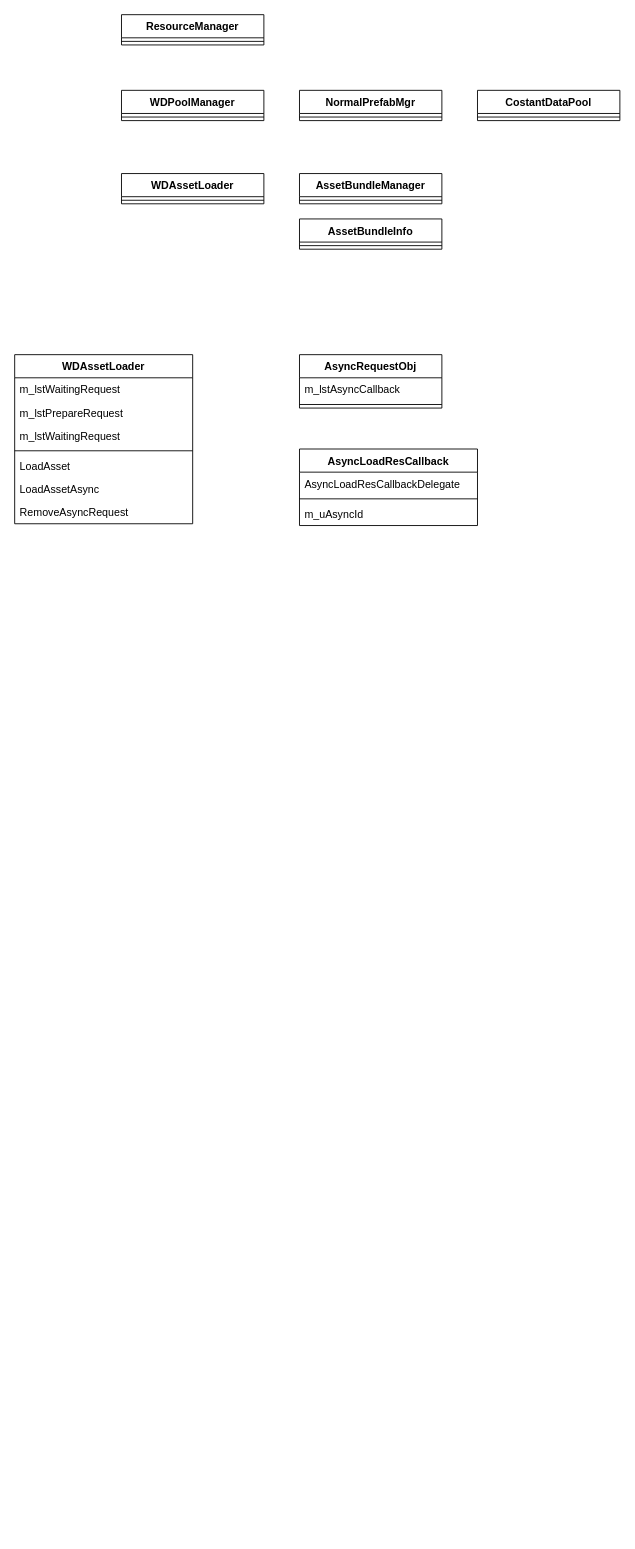
Above: Untitled Diagram.drawio in houxuanfelix/MySelfCode (draw.io), before the change. Source tidied: cells renumbered, new cells numbered last; positions are measured from the earlier drawing's top-left corner, leaving out a move shared by most shapes. Both pictures are drawn from the tidied source at 89%, with x=0, y=0 at pixel (14, 14).
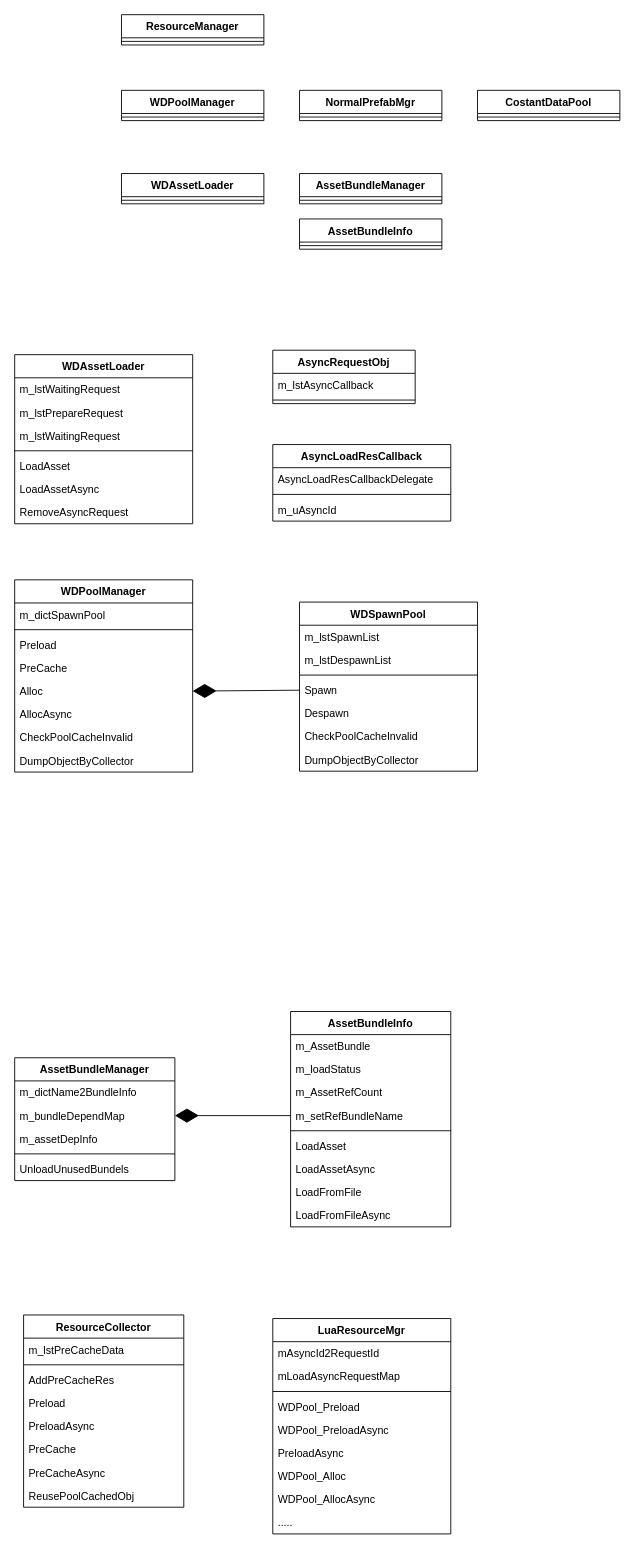
Above is the later version.

What changed in the source:
```diff
@@
     <mxCell id="24" value="AsyncRequestObj" style="swimlane;fontStyle=1;align=center;verticalAlign=top;horizontal=1;startSize=26;" parent="1" vertex="1">
-      <mxGeometry x="320" y="382" width="160" height="60" as="geometry" />
+      <mxGeometry x="290" y="377" width="160" height="60" as="geometry" />
     </mxCell>
@@
     <mxCell id="27" value="AsyncLoadResCallback" style="swimlane;fontStyle=1;align=center;verticalAlign=top;horizontal=1;startSize=26;" parent="1" vertex="1">
-      <mxGeometry x="320" y="488" width="200" height="86" as="geometry" />
+      <mxGeometry x="290" y="483" width="200" height="86" as="geometry" />
     </mxCell>
@@
+    <mxCell id="31" value="WDPoolManager" style="swimlane;fontStyle=1;align=center;verticalAlign=top;horizontal=1;startSize=26;" parent="1" vertex="1">
+      <mxGeometry y="635" width="200" height="216" as="geometry" />
+    </mxCell>
+    <mxCell id="32" value="m_dictSpawnPool" style="text;strokeColor=none;fillColor=none;align=left;verticalAlign=top;spacingLeft=4;spacingRight=4;overflow=hidden;" parent="31" vertex="1">
+      <mxGeometry y="26" width="200" height="26" as="geometry" />
+    </mxCell>
+    <mxCell id="33" style="line;strokeWidth=1;fillColor=none;align=left;verticalAlign=middle;spacingTop=-1;spacingLeft=3;spacingRight=3;labelPosition=right;" parent="31" vertex="1">
+      <mxGeometry y="52" width="200" height="8" as="geometry" />
+    </mxCell>
+    <mxCell id="34" value="Preload" style="text;strokeColor=none;fillColor=none;align=left;verticalAlign=top;spacingLeft=4;spacingRight=4;overflow=hidden;" parent="31" vertex="1">
+      <mxGeometry y="60" width="200" height="26" as="geometry" />
+    </mxCell>
+    <mxCell id="35" value="PreCache" style="text;strokeColor=none;fillColor=none;align=left;verticalAlign=top;spacingLeft=4;spacingRight=4;overflow=hidden;" parent="31" vertex="1">
+      <mxGeometry y="86" width="200" height="26" as="geometry" />
+    </mxCell>
+    <mxCell id="36" value="Alloc" style="text;strokeColor=none;fillColor=none;align=left;verticalAlign=top;spacingLeft=4;spacingRight=4;overflow=hidden;points=[[0,0.5],[1,0.5]];portConstraint=eastwest;" parent="31" vertex="1">
+      <mxGeometry y="112" width="200" height="26" as="geometry" />
+    </mxCell>
+    <mxCell id="37" value="AllocAsync" style="text;strokeColor=none;fillColor=none;align=left;verticalAlign=top;spacingLeft=4;spacingRight=4;overflow=hidden;" parent="31" vertex="1">
+      <mxGeometry y="138" width="200" height="26" as="geometry" />
+    </mxCell>
+    <mxCell id="38" value="CheckPoolCacheInvalid" style="text;strokeColor=none;fillColor=none;align=left;verticalAlign=top;spacingLeft=4;spacingRight=4;overflow=hidden;" parent="31" vertex="1">
+      <mxGeometry y="164" width="200" height="26" as="geometry" />
+    </mxCell>
+    <mxCell id="39" value="DumpObjectByCollector" style="text;strokeColor=none;fillColor=none;align=left;verticalAlign=top;spacingLeft=4;spacingRight=4;overflow=hidden;" parent="31" vertex="1">
+      <mxGeometry y="190" width="200" height="26" as="geometry" />
+    </mxCell>
+    <mxCell id="40" value="WDSpawnPool" style="swimlane;fontStyle=1;align=center;verticalAlign=top;horizontal=1;startSize=26;" parent="1" vertex="1">
+      <mxGeometry x="320" y="660" width="200" height="190" as="geometry" />
+    </mxCell>
+    <mxCell id="41" value="m_lstSpawnList" style="text;strokeColor=none;fillColor=none;align=left;verticalAlign=top;spacingLeft=4;spacingRight=4;overflow=hidden;" parent="40" vertex="1">
+      <mxGeometry y="26" width="200" height="26" as="geometry" />
+    </mxCell>
+    <mxCell id="42" value="m_lstDespawnList" style="text;strokeColor=none;fillColor=none;align=left;verticalAlign=top;spacingLeft=4;spacingRight=4;overflow=hidden;" parent="40" vertex="1">
+      <mxGeometry y="52" width="200" height="26" as="geometry" />
+    </mxCell>
+    <mxCell id="43" style="line;strokeWidth=1;fillColor=none;align=left;verticalAlign=middle;spacingTop=-1;spacingLeft=3;spacingRight=3;labelPosition=right;" parent="40" vertex="1">
+      <mxGeometry y="78" width="200" height="8" as="geometry" />
+    </mxCell>
+    <mxCell id="44" value="Spawn" style="text;strokeColor=none;fillColor=none;align=left;verticalAlign=top;spacingLeft=4;spacingRight=4;overflow=hidden;points=[[0,0.5],[1,0.5]];portConstraint=eastwest;" parent="40" vertex="1">
+      <mxGeometry y="86" width="200" height="26" as="geometry" />
+    </mxCell>
+    <mxCell id="45" value="Despawn" style="text;strokeColor=none;fillColor=none;align=left;verticalAlign=top;spacingLeft=4;spacingRight=4;overflow=hidden;" parent="40" vertex="1">
+      <mxGeometry y="112" width="200" height="26" as="geometry" />
+    </mxCell>
+    <mxCell id="46" value="CheckPoolCacheInvalid" style="text;strokeColor=none;fillColor=none;align=left;verticalAlign=top;spacingLeft=4;spacingRight=4;overflow=hidden;" parent="40" vertex="1">
+      <mxGeometry y="138" width="200" height="26" as="geometry" />
+    </mxCell>
+    <mxCell id="47" value="DumpObjectByCollector" style="text;strokeColor=none;fillColor=none;align=left;verticalAlign=top;spacingLeft=4;spacingRight=4;overflow=hidden;" parent="40" vertex="1">
+      <mxGeometry y="164" width="200" height="26" as="geometry" />
+    </mxCell>
+    <mxCell id="48" style="endArrow=diamondThin;endFill=1;endSize=24;html=1;entryX=1;entryY=0.5;entryDx=0;entryDy=0;exitX=0;exitY=0.5;exitDx=0;exitDy=0;" parent="1" edge="1" source="44" target="36">
+      <mxGeometry relative="1" as="geometry" />
+    </mxCell>
+    <mxCell id="49" value="AssetBundleManager" style="swimlane;fontStyle=1;align=center;verticalAlign=top;horizontal=1;startSize=26;" parent="1" vertex="1">
+      <mxGeometry y="1172" width="180" height="138" as="geometry" />
+    </mxCell>
+    <mxCell id="50" value="m_dictName2BundleInfo" style="text;strokeColor=none;fillColor=none;align=left;verticalAlign=top;spacingLeft=4;spacingRight=4;overflow=hidden;" parent="49" vertex="1">
+      <mxGeometry y="26" width="180" height="26" as="geometry" />
+    </mxCell>
+    <mxCell id="51" value="m_bundleDependMap" style="text;strokeColor=none;fillColor=none;align=left;verticalAlign=top;spacingLeft=4;spacingRight=4;overflow=hidden;points=[[0,0.5],[1,0.5]];portConstraint=eastwest;" parent="49" vertex="1">
+      <mxGeometry y="52" width="180" height="26" as="geometry" />
+    </mxCell>
+    <mxCell id="52" value="m_assetDepInfo" style="text;strokeColor=none;fillColor=none;align=left;verticalAlign=top;spacingLeft=4;spacingRight=4;overflow=hidden;" parent="49" vertex="1">
+      <mxGeometry y="78" width="180" height="26" as="geometry" />
+    </mxCell>
+    <mxCell id="53" style="line;strokeWidth=1;fillColor=none;align=left;verticalAlign=middle;spacingTop=-1;spacingLeft=3;spacingRight=3;labelPosition=right;" parent="49" vertex="1">
+      <mxGeometry y="104" width="180" height="8" as="geometry" />
+    </mxCell>
+    <mxCell id="54" value="UnloadUnusedBundels" style="text;strokeColor=none;fillColor=none;align=left;verticalAlign=top;spacingLeft=4;spacingRight=4;overflow=hidden;" parent="49" vertex="1">
+      <mxGeometry y="112" width="180" height="26" as="geometry" />
+    </mxCell>
+    <mxCell id="55" value="AssetBundleInfo" style="swimlane;fontStyle=1;align=center;verticalAlign=top;horizontal=1;startSize=26;" parent="1" vertex="1">
+      <mxGeometry x="310" y="1120" width="180" height="242" as="geometry" />
+    </mxCell>
+    <mxCell id="56" value="m_AssetBundle" style="text;strokeColor=none;fillColor=none;align=left;verticalAlign=top;spacingLeft=4;spacingRight=4;overflow=hidden;" parent="55" vertex="1">
+      <mxGeometry y="26" width="180" height="26" as="geometry" />
+    </mxCell>
+    <mxCell id="57" value="m_loadStatus" style="text;strokeColor=none;fillColor=none;align=left;verticalAlign=top;spacingLeft=4;spacingRight=4;overflow=hidden;" parent="55" vertex="1">
+      <mxGeometry y="52" width="180" height="26" as="geometry" />
+    </mxCell>
+    <mxCell id="58" value="m_AssetRefCount" style="text;strokeColor=none;fillColor=none;align=left;verticalAlign=top;spacingLeft=4;spacingRight=4;overflow=hidden;" parent="55" vertex="1">
+      <mxGeometry y="78" width="180" height="26" as="geometry" />
+    </mxCell>
+    <mxCell id="59" value="m_setRefBundleName" style="text;strokeColor=none;fillColor=none;align=left;verticalAlign=top;spacingLeft=4;spacingRight=4;overflow=hidden;points=[[0,0.5],[1,0.5]];portConstraint=eastwest;" parent="55" vertex="1">
+      <mxGeometry y="104" width="180" height="26" as="geometry" />
+    </mxCell>
+    <mxCell id="60" style="line;strokeWidth=1;fillColor=none;align=left;verticalAlign=middle;spacingTop=-1;spacingLeft=3;spacingRight=3;labelPosition=right;" parent="55" vertex="1">
+      <mxGeometry y="130" width="180" height="8" as="geometry" />
+    </mxCell>
+    <mxCell id="61" value="LoadAsset" style="text;strokeColor=none;fillColor=none;align=left;verticalAlign=top;spacingLeft=4;spacingRight=4;overflow=hidden;" parent="55" vertex="1">
+      <mxGeometry y="138" width="180" height="26" as="geometry" />
+    </mxCell>
+    <mxCell id="62" value="LoadAssetAsync" style="text;strokeColor=none;fillColor=none;align=left;verticalAlign=top;spacingLeft=4;spacingRight=4;overflow=hidden;" parent="55" vertex="1">
+      <mxGeometry y="164" width="180" height="26" as="geometry" />
+    </mxCell>
+    <mxCell id="63" value="LoadFromFile" style="text;strokeColor=none;fillColor=none;align=left;verticalAlign=top;spacingLeft=4;spacingRight=4;overflow=hidden;" parent="55" vertex="1">
+      <mxGeometry y="190" width="180" height="26" as="geometry" />
+    </mxCell>
+    <mxCell id="64" value="LoadFromFileAsync" style="text;strokeColor=none;fillColor=none;align=left;verticalAlign=top;spacingLeft=4;spacingRight=4;overflow=hidden;" parent="55" vertex="1">
+      <mxGeometry y="216" width="180" height="26" as="geometry" />
+    </mxCell>
+    <mxCell id="65" style="endArrow=diamondThin;endFill=1;endSize=24;html=1;entryX=1;entryY=0.5;entryDx=0;entryDy=0;exitX=0;exitY=0.5;exitDx=0;exitDy=0;" parent="1" edge="1" source="59" target="51">
+      <mxGeometry relative="1" as="geometry" />
+    </mxCell>
+    <mxCell id="66" value="ResourceCollector" style="swimlane;fontStyle=1;align=center;verticalAlign=top;horizontal=1;startSize=26;" parent="1" vertex="1">
+      <mxGeometry x="10" y="1461" width="180" height="216" as="geometry" />
+    </mxCell>
+    <mxCell id="67" value="m_lstPreCacheData" style="text;strokeColor=none;fillColor=none;align=left;verticalAlign=top;spacingLeft=4;spacingRight=4;overflow=hidden;" parent="66" vertex="1">
+      <mxGeometry y="26" width="180" height="26" as="geometry" />
+    </mxCell>
+    <mxCell id="68" style="line;strokeWidth=1;fillColor=none;align=left;verticalAlign=middle;spacingTop=-1;spacingLeft=3;spacingRight=3;labelPosition=right;" parent="66" vertex="1">
+      <mxGeometry y="52" width="180" height="8" as="geometry" />
+    </mxCell>
+    <mxCell id="69" value="AddPreCacheRes" style="text;strokeColor=none;fillColor=none;align=left;verticalAlign=top;spacingLeft=4;spacingRight=4;overflow=hidden;" parent="66" vertex="1">
+      <mxGeometry y="60" width="180" height="26" as="geometry" />
+    </mxCell>
+    <mxCell id="70" value="Preload" style="text;strokeColor=none;fillColor=none;align=left;verticalAlign=top;spacingLeft=4;spacingRight=4;overflow=hidden;" parent="66" vertex="1">
+      <mxGeometry y="86" width="180" height="26" as="geometry" />
+    </mxCell>
+    <mxCell id="71" value="PreloadAsync" style="text;strokeColor=none;fillColor=none;align=left;verticalAlign=top;spacingLeft=4;spacingRight=4;overflow=hidden;" parent="66" vertex="1">
+      <mxGeometry y="112" width="180" height="26" as="geometry" />
+    </mxCell>
+    <mxCell id="72" value="PreCache" style="text;strokeColor=none;fillColor=none;align=left;verticalAlign=top;spacingLeft=4;spacingRight=4;overflow=hidden;" parent="66" vertex="1">
+      <mxGeometry y="138" width="180" height="26" as="geometry" />
+    </mxCell>
+    <mxCell id="73" value="PreCacheAsync" style="text;strokeColor=none;fillColor=none;align=left;verticalAlign=top;spacingLeft=4;spacingRight=4;overflow=hidden;" parent="66" vertex="1">
+      <mxGeometry y="164" width="180" height="26" as="geometry" />
+    </mxCell>
+    <mxCell id="74" value="ReusePoolCachedObj" style="text;strokeColor=none;fillColor=none;align=left;verticalAlign=top;spacingLeft=4;spacingRight=4;overflow=hidden;" parent="66" vertex="1">
+      <mxGeometry y="190" width="180" height="26" as="geometry" />
+    </mxCell>
+    <mxCell id="75" value="LuaResourceMgr" style="swimlane;fontStyle=1;align=center;verticalAlign=top;horizontal=1;startSize=26;" parent="1" vertex="1">
+      <mxGeometry x="290" y="1465" width="200" height="242" as="geometry" />
+    </mxCell>
+    <mxCell id="76" value="mAsyncId2RequestId" style="text;strokeColor=none;fillColor=none;align=left;verticalAlign=top;spacingLeft=4;spacingRight=4;overflow=hidden;" parent="75" vertex="1">
+      <mxGeometry y="26" width="200" height="26" as="geometry" />
+    </mxCell>
+    <mxCell id="77" value="mLoadAsyncRequestMap" style="text;strokeColor=none;fillColor=none;align=left;verticalAlign=top;spacingLeft=4;spacingRight=4;overflow=hidden;" parent="75" vertex="1">
+      <mxGeometry y="52" width="200" height="26" as="geometry" />
+    </mxCell>
+    <mxCell id="78" style="line;strokeWidth=1;fillColor=none;align=left;verticalAlign=middle;spacingTop=-1;spacingLeft=3;spacingRight=3;labelPosition=right;" parent="75" vertex="1">
+      <mxGeometry y="78" width="200" height="8" as="geometry" />
+    </mxCell>
+    <mxCell id="79" value="WDPool_Preload" style="text;strokeColor=none;fillColor=none;align=left;verticalAlign=top;spacingLeft=4;spacingRight=4;overflow=hidden;" parent="75" vertex="1">
+      <mxGeometry y="86" width="200" height="26" as="geometry" />
+    </mxCell>
+    <mxCell id="80" value="WDPool_PreloadAsync" style="text;strokeColor=none;fillColor=none;align=left;verticalAlign=top;spacingLeft=4;spacingRight=4;overflow=hidden;" parent="75" vertex="1">
+      <mxGeometry y="112" width="200" height="26" as="geometry" />
+    </mxCell>
+    <mxCell id="81" value="PreloadAsync" style="text;strokeColor=none;fillColor=none;align=left;verticalAlign=top;spacingLeft=4;spacingRight=4;overflow=hidden;" parent="75" vertex="1">
+      <mxGeometry y="138" width="200" height="26" as="geometry" />
+    </mxCell>
+    <mxCell id="82" value="WDPool_Alloc" style="text;strokeColor=none;fillColor=none;align=left;verticalAlign=top;spacingLeft=4;spacingRight=4;overflow=hidden;" parent="75" vertex="1">
+      <mxGeometry y="164" width="200" height="26" as="geometry" />
+    </mxCell>
+    <mxCell id="83" value="WDPool_AllocAsync" style="text;strokeColor=none;fillColor=none;align=left;verticalAlign=top;spacingLeft=4;spacingRight=4;overflow=hidden;" parent="75" vertex="1">
+      <mxGeometry y="190" width="200" height="26" as="geometry" />
+    </mxCell>
+    <mxCell id="84" value="....." style="text;strokeColor=none;fillColor=none;align=left;verticalAlign=top;spacingLeft=4;spacingRight=4;overflow=hidden;" parent="75" vertex="1">
+      <mxGeometry y="216" width="200" height="26" as="geometry" />
+    </mxCell>
```
